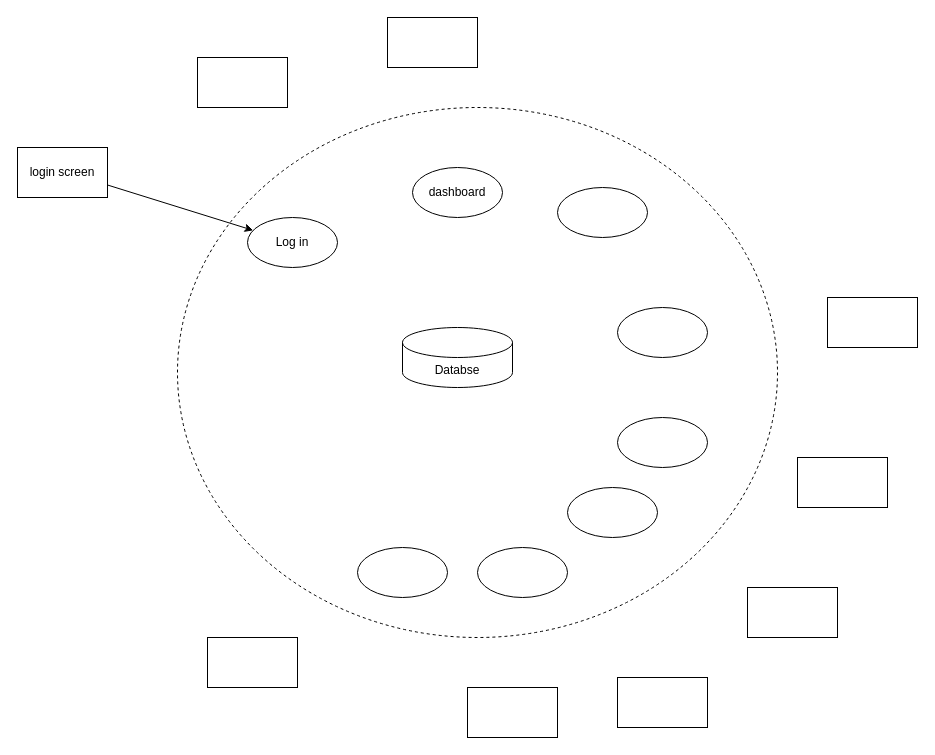
The draw.io diagram page "Page-2" (2 of 2) of Untitled Diagram.drawio in zhuang18/zhuang18, before the edit. Source tidied: cells renumbered, new cells numbered last; positions are measured from the earlier drawing's top-left corner, leaving out a move shared by most shapes. Both pictures are drawn from the tidied source at 100%, with x=0, y=0 at pixel (17, 17).
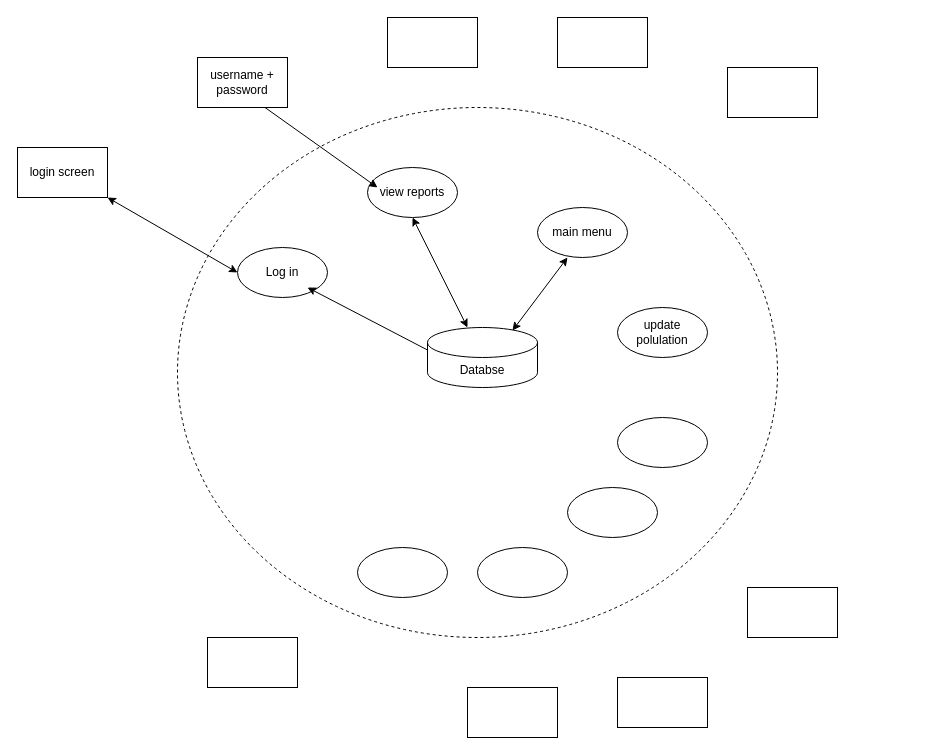
The same diagram, later.

Unchanged cells that the change refers to:
```xml
<mxCell id="12" value="login screen" style="rounded=0;whiteSpace=wrap;html=1;" parent="1" vertex="1">
  <mxGeometry y="130" width="90" height="50" as="geometry" />
</mxCell>
```

What changed in the source:
```diff
@@
     <mxCell id="3" value="Databse" style="shape=cylinder3;whiteSpace=wrap;html=1;boundedLbl=1;backgroundOutline=1;size=15;" parent="1" vertex="1">
-      <mxGeometry x="385" y="310" width="110" height="60" as="geometry" />
+      <mxGeometry x="410" y="310" width="110" height="60" as="geometry" />
     </mxCell>
     <mxCell id="4" value="Log in" style="ellipse;whiteSpace=wrap;html=1;" parent="1" vertex="1">
-      <mxGeometry x="230" y="200" width="90" height="50" as="geometry" />
+      <mxGeometry x="220" y="230" width="90" height="50" as="geometry" />
     </mxCell>
@@
-    <mxCell id="9" style="ellipse;whiteSpace=wrap;html=1;" parent="1" vertex="1">
+    <mxCell id="9" value="update polulation" style="ellipse;whiteSpace=wrap;html=1;" parent="1" vertex="1">
       <mxGeometry x="600" y="290" width="90" height="50" as="geometry" />
     </mxCell>
-    <mxCell id="10" value="dashboard" style="ellipse;whiteSpace=wrap;html=1;" parent="1" vertex="1">
-      <mxGeometry x="395" y="150" width="90" height="50" as="geometry" />
+    <mxCell id="10" value="view reports" style="ellipse;whiteSpace=wrap;html=1;" parent="1" vertex="1">
+      <mxGeometry x="350" y="150" width="90" height="50" as="geometry" />
     </mxCell>
-    <mxCell id="11" style="ellipse;whiteSpace=wrap;html=1;" parent="1" vertex="1">
-      <mxGeometry x="540" y="170" width="90" height="50" as="geometry" />
+    <mxCell id="11" value="main menu" style="ellipse;whiteSpace=wrap;html=1;" parent="1" vertex="1">
+      <mxGeometry x="520" y="190" width="90" height="50" as="geometry" />
     </mxCell>
@@
     <mxCell id="13" style="rounded=0;whiteSpace=wrap;html=1;" parent="1" vertex="1">
-      <mxGeometry x="810" y="280" width="90" height="50" as="geometry" />
+      <mxGeometry x="540" width="90" height="50" as="geometry" />
     </mxCell>
     <mxCell id="14" style="rounded=0;whiteSpace=wrap;html=1;" parent="1" vertex="1">
-      <mxGeometry x="780" y="440" width="90" height="50" as="geometry" />
+      <mxGeometry x="710" y="50" width="90" height="50" as="geometry" />
     </mxCell>
@@
-    <mxCell id="19" style="rounded=0;whiteSpace=wrap;html=1;" parent="1" vertex="1">
+    <mxCell id="19" value="username + password" style="rounded=0;whiteSpace=wrap;html=1;" parent="1" vertex="1">
       <mxGeometry x="180" y="40" width="90" height="50" as="geometry" />
     </mxCell>
@@
-    <mxCell id="21" style="endArrow=classic;html=1;exitX=1;exitY=0.75;exitDx=0;exitDy=0;" parent="1" edge="1" source="12" target="4">
-      <mxGeometry relative="1" as="geometry" />
-    </mxCell>
+    <mxCell id="22" style="endArrow=classic;startArrow=classic;html=1;exitX=0.773;exitY=0.05;exitDx=0;exitDy=0;exitPerimeter=0;" parent="1" edge="1" source="3">
+      <mxGeometry relative="1" as="geometry">
+        <mxPoint x="550" y="240" as="targetPoint" />
+      </mxGeometry>
+    </mxCell>
+    <mxCell id="23" style="endArrow=classic;startArrow=classic;html=1;entryX=0.5;entryY=1;entryDx=0;entryDy=0;" parent="1" edge="1" source="3" target="10">
+      <mxGeometry relative="1" as="geometry" />
+    </mxCell>
+    <mxCell id="24" style="endArrow=classic;startArrow=classic;html=1;entryX=1;entryY=1;entryDx=0;entryDy=0;exitX=0;exitY=0.5;exitDx=0;exitDy=0;" parent="1" edge="1" source="4" target="12">
+      <mxGeometry relative="1" as="geometry" />
+    </mxCell>
+    <mxCell id="25" style="endArrow=classic;html=1;exitX=0.75;exitY=1;exitDx=0;exitDy=0;" parent="1" edge="1" source="19">
+      <mxGeometry relative="1" as="geometry">
+        <mxPoint x="360" y="170" as="targetPoint" />
+      </mxGeometry>
+    </mxCell>
+    <mxCell id="26" style="endArrow=classic;html=1;exitX=0;exitY=0;exitDx=0;exitDy=22.5;exitPerimeter=0;" parent="1" edge="1" source="3">
+      <mxGeometry relative="1" as="geometry">
+        <mxPoint x="290" y="270" as="targetPoint" />
+      </mxGeometry>
+    </mxCell>
```
